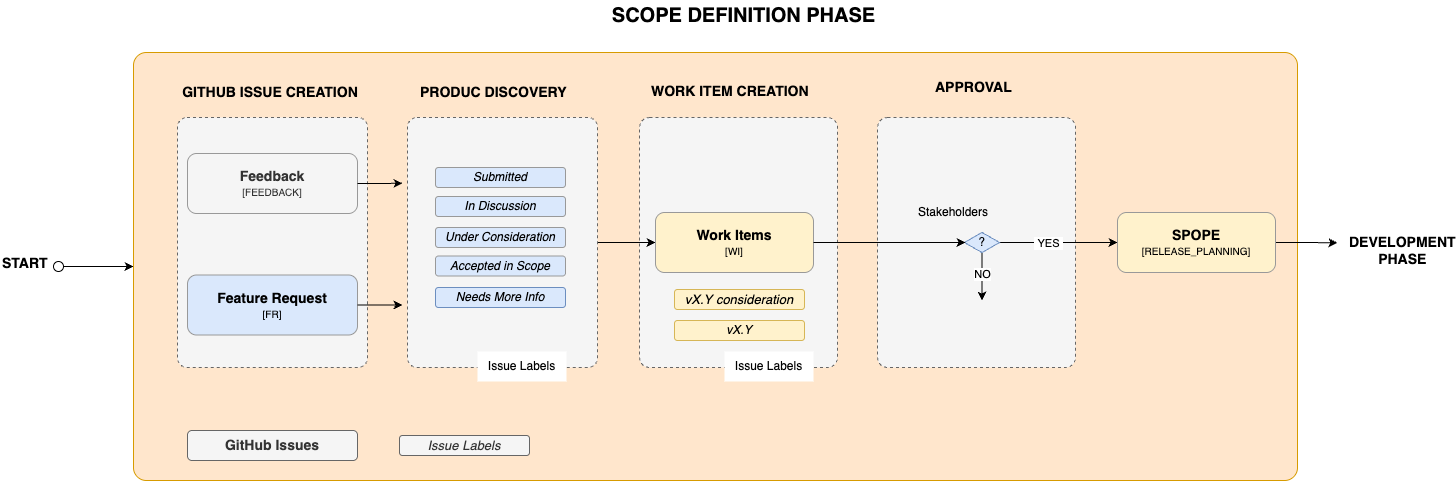
Earlier version of the draw.io export guidelines/images/FOCUS-Process-scope-phase.drawio.png (FinOps-Open-Cost-and-Usage-Spec/FOCUS_Spec). Source tidied: cells renumbered, new cells last; positions are measured from the earlier drawing's top-left corner, leaving out a move shared by most shapes.
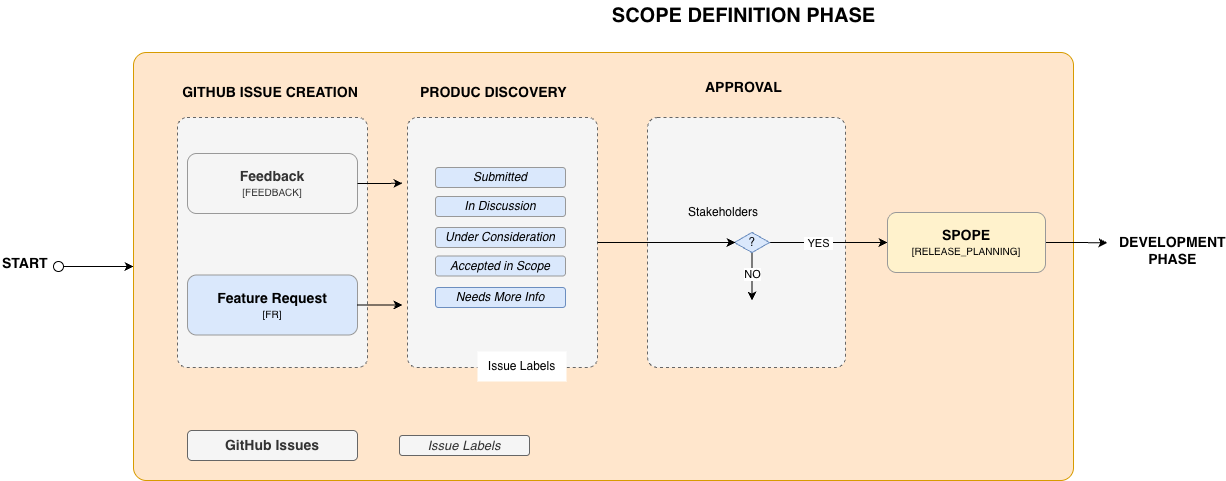
Above is the later version.

Commit message:
remove work item from scope creation

Diff of the diagram source:
```diff
@@ -6,20 +6,14 @@
       <mxGeometry relative="1" as="geometry" />
     </mxCell>
     <mxCell id="3" style="rounded=1;whiteSpace=wrap;html=1;fillColor=#ffe6cc;arcSize=3;strokeColor=#d79b00;" parent="1" vertex="1">
-      <mxGeometry x="133" y="52" width="1164" height="428" as="geometry" />
+      <mxGeometry x="133" y="52" width="940" height="428" as="geometry" />
     </mxCell>
     <mxCell id="4" style="rounded=1;whiteSpace=wrap;html=1;fillColor=#f5f5f5;dashed=1;arcSize=5;fontColor=#333333;strokeColor=#666666;" parent="1" vertex="1">
-      <mxGeometry x="877" y="117" width="198" height="250" as="geometry" />
+      <mxGeometry x="647" y="117" width="198" height="250" as="geometry" />
     </mxCell>
     <mxCell id="5" style="rounded=1;whiteSpace=wrap;html=1;fillColor=#f5f5f5;dashed=1;arcSize=5;fontColor=#333333;strokeColor=#666666;" parent="1" vertex="1">
       <mxGeometry x="177" y="117" width="190" height="250" as="geometry" />
     </mxCell>
-    <mxCell id="6" style="rounded=1;whiteSpace=wrap;html=1;fillColor=#f5f5f5;dashed=1;arcSize=5;fontColor=#333333;strokeColor=#666666;" parent="1" vertex="1">
-      <mxGeometry x="639" y="117" width="198" height="250" as="geometry" />
-    </mxCell>
-    <mxCell id="7" style="edgeStyle=orthogonalEdgeStyle;rounded=0;jettySize=auto;html=1;exitX=1;exitY=0.5;exitDx=0;exitDy=0;entryX=0;entryY=0.5;entryDx=0;entryDy=0;" parent="1" edge="1" source="8" target="17">
-      <mxGeometry relative="1" as="geometry" />
-    </mxCell>
     <mxCell id="8" style="rounded=1;whiteSpace=wrap;html=1;fillColor=#f5f5f5;dashed=1;arcSize=5;fontColor=#333333;strokeColor=#666666;" parent="1" vertex="1">
       <mxGeometry x="407" y="117" width="190" height="250" as="geometry" />
     </mxCell>
@@ -47,21 +41,12 @@
     <mxCell id="16" value="&lt;b&gt;&lt;font style=&quot;font-size: 14px;&quot;&gt;Feature Request&lt;/font&gt;&lt;/b&gt;&lt;div&gt;&lt;span style=&quot;font-size: 10px;&quot;&gt;[FR]&lt;/span&gt;&lt;/div&gt;" style="rounded=1;whiteSpace=wrap;html=1;fillColor=#dae8fc;strokeColor=#999999;" parent="1" vertex="1">
       <mxGeometry x="187" y="274.5" width="170" height="60" as="geometry" />
     </mxCell>
-    <mxCell id="17" value="&lt;font style=&quot;font-size: 14px;&quot;&gt;&lt;b&gt;Work Items&lt;/b&gt;&lt;/font&gt;&lt;div&gt;&lt;font style=&quot;font-size: 10px;&quot;&gt;[WI]&lt;/font&gt;&lt;/div&gt;" style="rounded=1;whiteSpace=wrap;html=1;fillColor=#fff2cc;strokeColor=#999999;" parent="1" vertex="1">
-      <mxGeometry x="655" y="212" width="158" height="60" as="geometry" />
-    </mxCell>
     <mxCell id="18" value="&lt;span style=&quot;color: rgb(0, 0, 0); font-family: Helvetica; font-size: 14px; font-style: normal; font-variant-ligatures: normal; font-variant-caps: normal; font-weight: 700; letter-spacing: normal; orphans: 2; text-align: center; text-indent: 0px; text-transform: none; widows: 2; word-spacing: 0px; -webkit-text-stroke-width: 0px; white-space: normal; text-decoration-thickness: initial; text-decoration-style: initial; text-decoration-color: initial; float: none; display: inline !important;&quot;&gt;PRODUC DISCOVERY&lt;/span&gt;" style="text;whiteSpace=wrap;html=1;fillColor=none;labelBackgroundColor=none;" parent="1" vertex="1">
       <mxGeometry x="418" y="77" width="180" height="40" as="geometry" />
     </mxCell>
     <mxCell id="19" value="Issue Labels" style="text;html=1;align=center;verticalAlign=middle;whiteSpace=wrap;rounded=0;fillColor=default;" parent="1" vertex="1">
       <mxGeometry x="477" y="351" width="89" height="30" as="geometry" />
     </mxCell>
-    <mxCell id="20" value="&lt;font style=&quot;font-size: 13px;&quot;&gt;&lt;i&gt;vX.Y&amp;nbsp;&lt;/i&gt;&lt;i style=&quot;background-color: transparent; color: light-dark(rgb(0, 0, 0), rgb(255, 255, 255));&quot;&gt;consideration&lt;/i&gt;&lt;/font&gt;" style="rounded=1;whiteSpace=wrap;html=1;fillColor=#fff2cc;strokeColor=#d6b656;" parent="1" vertex="1">
-      <mxGeometry x="674" y="289" width="130" height="20" as="geometry" />
-    </mxCell>
-    <mxCell id="21" value="vX.Y" style="rounded=1;whiteSpace=wrap;html=1;fillColor=#fff2cc;strokeColor=#d6b656;fontStyle=2;" parent="1" vertex="1">
-      <mxGeometry x="674" y="320" width="130" height="20" as="geometry" />
-    </mxCell>
     <mxCell id="22" style="edgeStyle=orthogonalEdgeStyle;rounded=0;jettySize=auto;html=1;exitX=1;exitY=0.5;exitDx=0;exitDy=0;entryX=0.005;entryY=0.359;entryDx=0;entryDy=0;entryPerimeter=0;" parent="1" edge="1" source="15">
       <mxGeometry relative="1" as="geometry">
         <mxPoint x="402" y="182.8" as="targetPoint" />
@@ -75,12 +60,6 @@
     <mxCell id="24" value="&lt;b&gt;&lt;font style=&quot;font-size: 14px;&quot;&gt;GITHUB ISSUE CREATION&lt;/font&gt;&lt;/b&gt;" style="text;html=1;align=center;verticalAlign=middle;whiteSpace=wrap;rounded=0;" parent="1" vertex="1">
       <mxGeometry x="177" y="77" width="185.5" height="30" as="geometry" />
     </mxCell>
-    <mxCell id="25" value="Issue Labels" style="text;html=1;align=center;verticalAlign=middle;whiteSpace=wrap;rounded=0;fillColor=default;" parent="1" vertex="1">
-      <mxGeometry x="724" y="351" width="89" height="30" as="geometry" />
-    </mxCell>
-    <mxCell id="26" value="&lt;span style=&quot;color: rgb(0, 0, 0); font-family: Helvetica; font-size: 14px; font-style: normal; font-variant-ligatures: normal; font-variant-caps: normal; font-weight: 700; letter-spacing: normal; orphans: 2; text-align: center; text-indent: 0px; text-transform: none; widows: 2; word-spacing: 0px; -webkit-text-stroke-width: 0px; white-space: normal; text-decoration-thickness: initial; text-decoration-style: initial; text-decoration-color: initial; float: none; display: inline !important;&quot;&gt;WORK ITEM CREATION&lt;/span&gt;" style="text;whiteSpace=wrap;html=1;labelBackgroundColor=none;" parent="1" vertex="1">
-      <mxGeometry x="649" y="76" width="180" height="40" as="geometry" />
-    </mxCell>
     <mxCell id="27" style="edgeStyle=orthogonalEdgeStyle;rounded=0;jettySize=auto;html=1;entryX=0;entryY=0.5;entryDx=0;entryDy=0;" parent="1" edge="1" source="31" target="37">
       <mxGeometry relative="1" as="geometry" />
     </mxCell>
@@ -91,16 +70,16 @@
     </mxCell>
     <mxCell id="29" style="edgeStyle=orthogonalEdgeStyle;rounded=0;jettySize=auto;html=1;" parent="1" edge="1" source="31">
       <mxGeometry relative="1" as="geometry">
-        <mxPoint x="981.5" y="300" as="targetPoint" />
+        <mxPoint x="751.5" y="300" as="targetPoint" />
       </mxGeometry>
     </mxCell>
     <mxCell id="30" value="NO" style="edgeLabel;html=1;align=center;verticalAlign=middle;" parent="29" vertex="1">
       <mxGeometry x="-0.13" relative="1" as="geometry" />
     </mxCell>
     <mxCell id="31" value="?" style="html=1;whiteSpace=wrap;shape=isoRectangle;fillColor=#dae8fc;strokeColor=#6c8ebf;" parent="1" vertex="1">
-      <mxGeometry x="964" y="231.5" width="35" height="21" as="geometry" />
+      <mxGeometry x="734" y="231.5" width="35" height="21" as="geometry" />
     </mxCell>
-    <mxCell id="32" style="edgeStyle=orthogonalEdgeStyle;rounded=0;jettySize=auto;html=1;exitX=1;exitY=0.5;exitDx=0;exitDy=0;entryX=0.029;entryY=0.5;entryDx=0;entryDy=0;entryPerimeter=0;" parent="1" edge="1" source="17" target="31">
+    <mxCell id="32" style="edgeStyle=orthogonalEdgeStyle;rounded=0;jettySize=auto;html=1;exitX=1;exitY=0.5;exitDx=0;exitDy=0;entryX=0.029;entryY=0.5;entryDx=0;entryDy=0;entryPerimeter=0;" parent="1" edge="1" source="8" target="31">
       <mxGeometry relative="1" as="geometry" />
     </mxCell>
     <mxCell id="33" value="&lt;b&gt;&lt;font style=&quot;font-size: 14px;&quot;&gt;GitHub Issues&lt;/font&gt;&lt;/b&gt;" style="rounded=1;whiteSpace=wrap;html=1;strokeColor=#666666;fillColor=#f5f5f5;fontColor=#333333;" parent="1" vertex="1">
@@ -110,24 +89,24 @@
       <mxGeometry x="399" y="435" width="130" height="20" as="geometry" />
     </mxCell>
     <mxCell id="35" value="&lt;div style=&quot;text-align: center;&quot;&gt;&lt;span style=&quot;background-color: transparent; color: light-dark(rgb(0, 0, 0), rgb(255, 255, 255)); font-size: 14px;&quot;&gt;&lt;b&gt;APPROVAL&lt;/b&gt;&lt;/span&gt;&lt;/div&gt;" style="text;whiteSpace=wrap;html=1;" parent="1" vertex="1">
-      <mxGeometry x="933" y="72" width="106" height="40" as="geometry" />
+      <mxGeometry x="703" y="72" width="106" height="40" as="geometry" />
     </mxCell>
     <mxCell id="36" style="edgeStyle=orthogonalEdgeStyle;rounded=0;jettySize=auto;html=1;exitX=1;exitY=0.5;exitDx=0;exitDy=0;" parent="1" edge="1" source="37">
       <mxGeometry relative="1" as="geometry">
-        <mxPoint x="1337" y="242.3" as="targetPoint" />
+        <mxPoint x="1107" y="242.3" as="targetPoint" />
       </mxGeometry>
     </mxCell>
     <mxCell id="37" value="&lt;div&gt;&lt;font style=&quot;font-size: 14px;&quot;&gt;&lt;b&gt;SPOPE&lt;/b&gt;&lt;/font&gt;&lt;/div&gt;&lt;div&gt;&lt;font style=&quot;font-size: 10px;&quot;&gt;[RELEASE_PLANNING]&lt;/font&gt;&lt;/div&gt;" style="rounded=1;whiteSpace=wrap;html=1;fillColor=#fff2cc;strokeColor=#999999;" parent="1" vertex="1">
-      <mxGeometry x="1117" y="212" width="158" height="60" as="geometry" />
+      <mxGeometry x="887" y="212" width="158" height="60" as="geometry" />
     </mxCell>
     <mxCell id="38" value="&lt;div style=&quot;text-align: center;&quot;&gt;&lt;span style=&quot;background-color: transparent; color: light-dark(rgb(0, 0, 0), rgb(255, 255, 255)); font-size: 14px;&quot;&gt;&lt;b&gt;DEVELOPMENT&lt;br&gt;PHASE&lt;/b&gt;&lt;/span&gt;&lt;/div&gt;" style="text;whiteSpace=wrap;html=1;" parent="1" vertex="1">
-      <mxGeometry x="1347" y="227" width="106" height="40" as="geometry" />
+      <mxGeometry x="1117" y="227" width="106" height="40" as="geometry" />
     </mxCell>
     <mxCell id="39" style="ellipse;whiteSpace=wrap;html=1;" parent="1" vertex="1">
       <mxGeometry x="53" y="261" width="10" height="10" as="geometry" />
     </mxCell>
     <mxCell id="40" value="Stakeholders" style="text;html=1;align=center;verticalAlign=middle;whiteSpace=wrap;rounded=0;" parent="1" vertex="1">
-      <mxGeometry x="923" y="197" width="60" height="30" as="geometry" />
+      <mxGeometry x="693" y="197" width="60" height="30" as="geometry" />
     </mxCell>
     <mxCell id="41" value="&lt;div style=&quot;text-align: center;&quot;&gt;&lt;span style=&quot;font-size: 14px;&quot;&gt;&lt;b&gt;START&lt;/b&gt;&lt;/span&gt;&lt;/div&gt;" style="text;whiteSpace=wrap;html=1;" parent="1" vertex="1">
       <mxGeometry y="247.5" width="106" height="40" as="geometry" />
```
